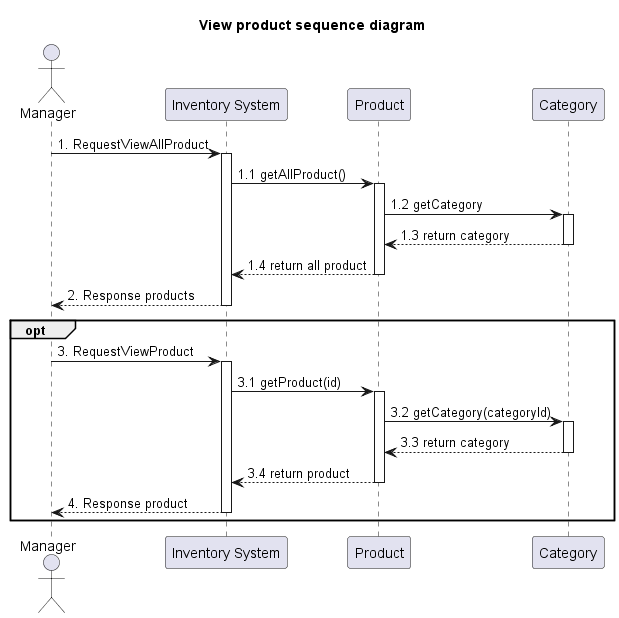
This is out/system-analysis/sequence/_2_1_sequence-view-product/_2_1_sequence-view-product.png from billowdev/inventory-system-plantuml-sequelize-seeder-example, a PlantUML export, as it was before one commit. Its diagram source:
```plantuml
@startuml
title View product sequence diagram

actor Manager as actorManager
participant "Inventory System" as InventorySystem
participant "Product" as classProduct
participant "Category" as classCategory


actorManager -> InventorySystem: 1. RequestViewAllProduct
activate InventorySystem

InventorySystem -> classProduct: 1.1 getAllProduct()
activate classProduct

classProduct -> classCategory: 1.2 getCategory
activate classCategory

classCategory --> classProduct: 1.3 return category
deactivate classCategory

classProduct --> InventorySystem: 1.4 return all product
deactivate classProduct


InventorySystem --> actorManager : 2. Response products
deactivate InventorySystem

opt

actorManager -> InventorySystem: 3. RequestViewProduct
activate InventorySystem

InventorySystem -> classProduct: 3.1 getProduct(id)
activate classProduct

classProduct -> classCategory: 3.2 getCategory(categoryId)
activate classCategory

classCategory --> classProduct: 3.3 return category
deactivate classCategory

classProduct --> InventorySystem: 3.4 return product
deactivate classProduct


InventorySystem --> actorManager : 4. Response product
deactivate InventorySystem

end

@enduml
```
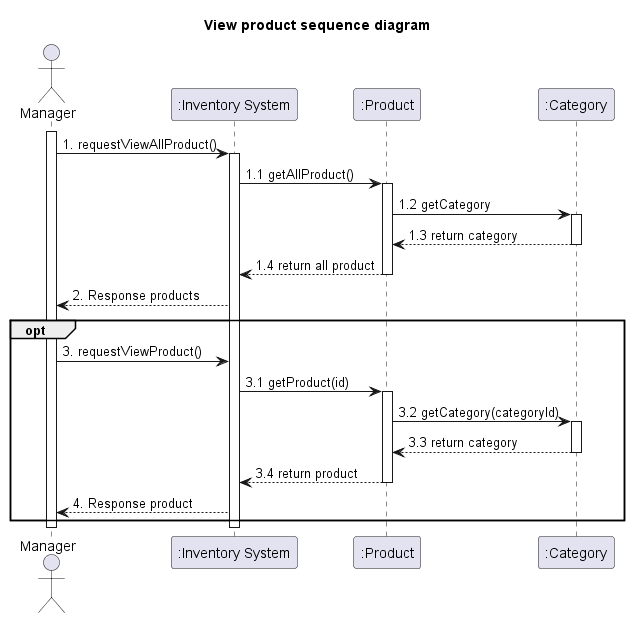
Later version of the same file.

The edit, as a diff of the source:
```diff
@@ -2,13 +2,15 @@
 title View product sequence diagram
 
 actor Manager as actorManager
-participant "Inventory System" as InventorySystem
-participant "Product" as classProduct
-participant "Category" as classCategory
+participant ":Inventory System" as InventorySystem
+participant ":Product" as classProduct
+participant ":Category" as classCategory
 
+activate actorManager
 
-actorManager -> InventorySystem: 1. RequestViewAllProduct
+actorManager -> InventorySystem: 1. requestViewAllProduct()
 activate InventorySystem
+
 
 InventorySystem -> classProduct: 1.1 getAllProduct()
 activate classProduct
@@ -22,14 +24,13 @@
 classProduct --> InventorySystem: 1.4 return all product
 deactivate classProduct
 
+InventorySystem --> actorManager : 2. Response products
 
-InventorySystem --> actorManager : 2. Response products
-deactivate InventorySystem
 
 opt
 
-actorManager -> InventorySystem: 3. RequestViewProduct
-activate InventorySystem
+actorManager -> InventorySystem: 3. requestViewProduct()
+
 
 InventorySystem -> classProduct: 3.1 getProduct(id)
 activate classProduct
@@ -43,10 +44,11 @@
 classProduct --> InventorySystem: 3.4 return product
 deactivate classProduct
 
+InventorySystem --> actorManager : 4. Response product
 
-InventorySystem --> actorManager : 4. Response product
+end
 deactivate InventorySystem
 
-end
+deactivate actorManager
 
 @enduml
```
